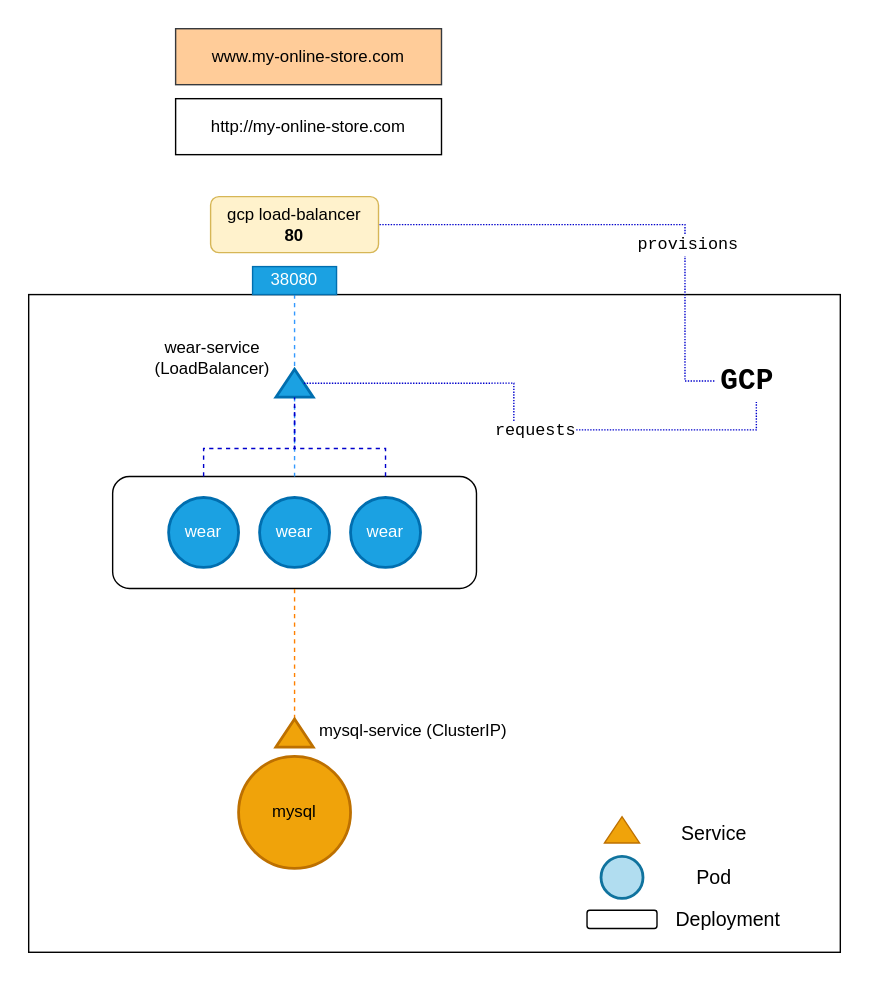
aditya109/journey-CKA keeps this draw.io diagram as assets/networking-GCP ingress.svg. Above is the earlier version. Source tidied: cells renumbered, new cells last; positions are measured from the earlier drawing's top-left corner, leaving out a move shared by most shapes.
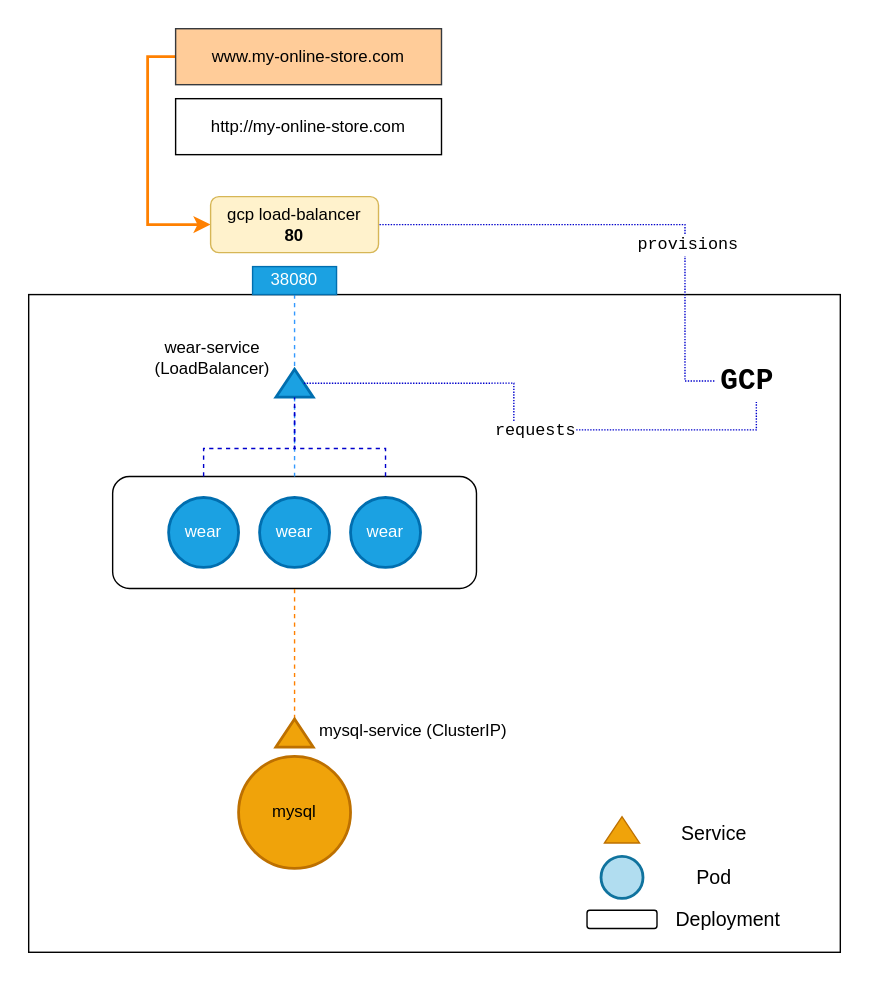
After the change.

The edit, as a diff of the source:
```diff
@@ -2,6 +2,14 @@
   <root>
     <mxCell id="0" />
     <mxCell id="1" parent="0" />
+    <mxCell id="32" style="edgeStyle=orthogonalEdgeStyle;rounded=0;jettySize=auto;html=1;entryX=0;entryY=0.5;entryDx=0;entryDy=0;fontFamily=Courier New;fontSize=12;endArrow=classic;endFill=1;strokeColor=#FF8000;strokeWidth=2;fillColor=#3399FF;" parent="1" edge="1" source="2" target="23">
+      <mxGeometry relative="1" as="geometry">
+        <Array as="points">
+          <mxPoint x="85" y="20" />
+          <mxPoint x="85" y="140" />
+        </Array>
+      </mxGeometry>
+    </mxCell>
     <mxCell id="2" value="www.my-online-store.com" style="rounded=0;whiteSpace=wrap;html=1;fillColor=#ffcc99;strokeColor=#36393d;" parent="1" vertex="1">
       <mxGeometry x="105" width="190" height="40" as="geometry" />
     </mxCell>
```
